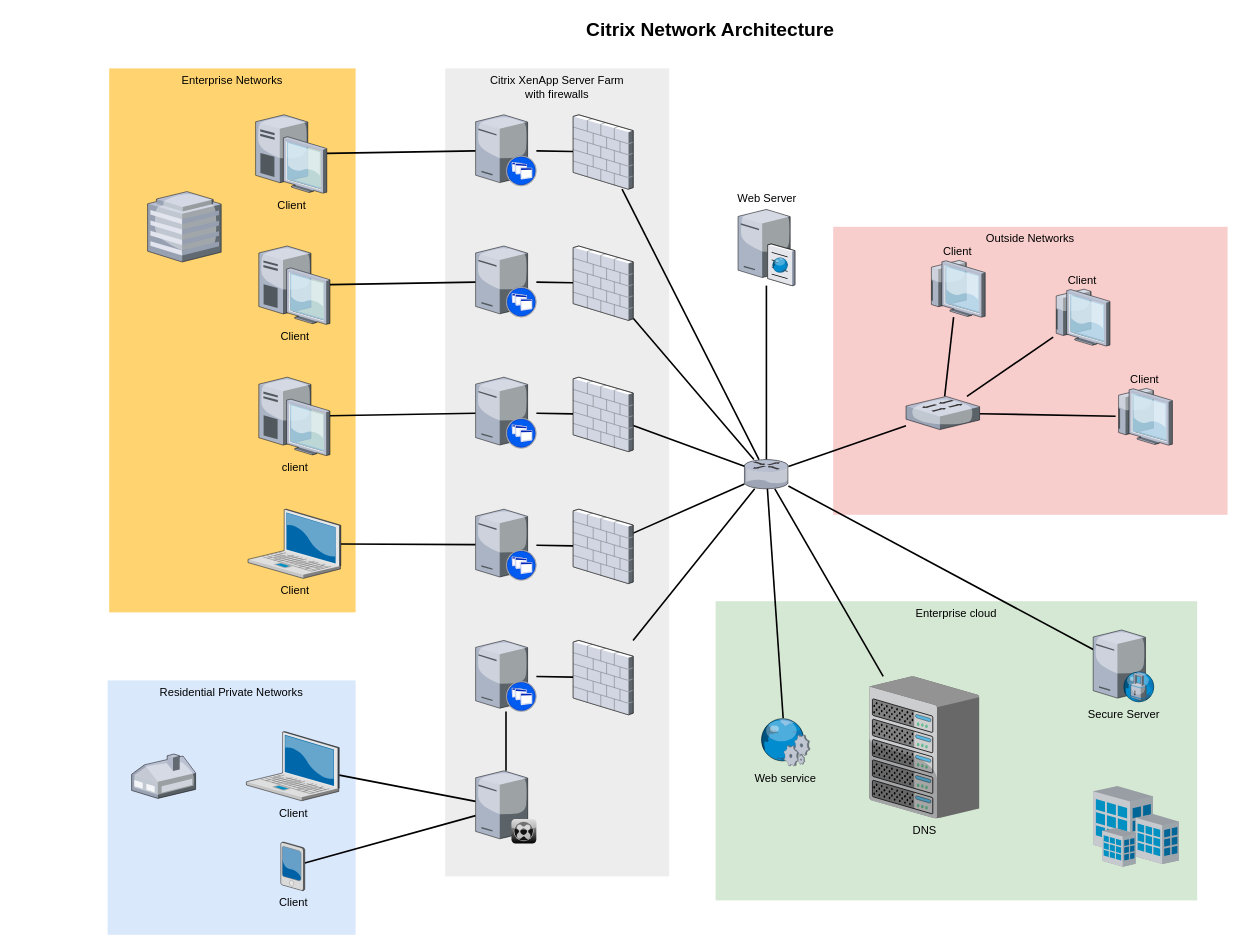
The draw.io diagram 未命名绘图.drawio in ares0516/drawio, before the edit. Source tidied: cells renumbered, new cells numbered last; positions are measured from the earlier drawing's top-left corner, leaving out a move shared by most shapes. Both pictures are drawn from the tidied source at 80%, with x=0, y=0 at pixel (107, 14).
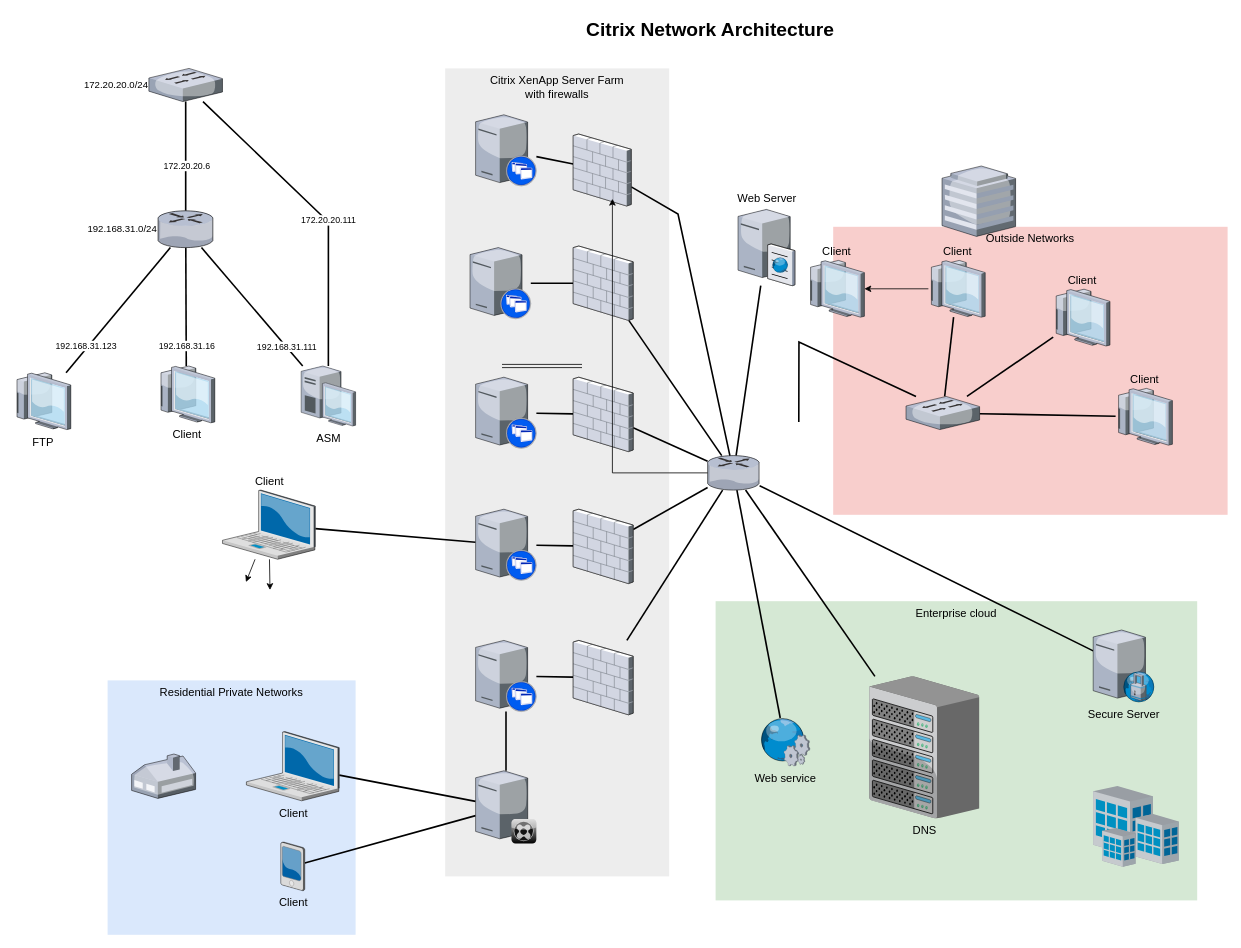
Above is the later version.

Commit message (it also covers changes not shown here):
更新未命名绘图.drawio

Unchanged cells that the change refers to:
```xml
<mxCell id="24" style="verticalLabelPosition=bottom;html=1;verticalAlign=top;strokeColor=none;shape=mxgraph.citrix.xenapp_server;fillColor=#66B2FF;gradientColor=#0066CC;fontSize=14;" parent="1" vertex="1">
  <mxGeometry x="460" y="454" width="76" height="89" as="geometry" />
</mxCell>
<mxCell id="28" style="verticalLabelPosition=bottom;html=1;verticalAlign=top;strokeColor=none;shape=mxgraph.citrix.xenapp_server;fillColor=#66B2FF;gradientColor=#0066CC;fontSize=14;" parent="1" vertex="1">
  <mxGeometry x="460" y="126" width="76" height="89" as="geometry" />
</mxCell>
<mxCell id="54" style="verticalLabelPosition=bottom;html=1;verticalAlign=top;strokeColor=none;shape=mxgraph.citrix.switch;fillColor=#66B2FF;gradientColor=#0066CC;fontSize=14;" parent="1" vertex="1">
  <mxGeometry x="998" y="478" width="92" height="41.5" as="geometry" />
</mxCell>
<mxCell id="57" value="Client" style="verticalLabelPosition=top;html=1;verticalAlign=bottom;strokeColor=none;shape=mxgraph.citrix.thin_client;fillColor=#66B2FF;gradientColor=#0066CC;fontSize=14;labelPosition=center;align=center;" parent="1" vertex="1">
  <mxGeometry x="1026" y="308" width="71" height="71" as="geometry" />
</mxCell>
```

The edit, as a diff of the source:
```diff
@@
-    <mxCell id="6" value="Enterprise Networks" style="whiteSpace=wrap;html=1;fillColor=#FFD470;gradientColor=none;fontSize=14;strokeColor=none;verticalAlign=top;" parent="1" vertex="1">
-      <mxGeometry x="2" y="68" width="308" height="680" as="geometry" />
-    </mxCell>
@@
+    <mxCell id="62" style="edgeStyle=none;rounded=0;jettySize=auto;html=1;" parent="1" edge="1" source="10">
+      <mxGeometry relative="1" as="geometry">
+        <mxPoint x="203" y="720" as="targetPoint" />
+      </mxGeometry>
+    </mxCell>
+    <mxCell id="63" style="edgeStyle=none;rounded=0;jettySize=auto;html=1;" parent="1" edge="1" source="10">
+      <mxGeometry relative="1" as="geometry">
+        <mxPoint x="173" y="710" as="targetPoint" />
+      </mxGeometry>
+    </mxCell>
-    <mxCell id="10" value="Client" style="verticalLabelPosition=bottom;html=1;verticalAlign=top;strokeColor=none;shape=mxgraph.citrix.laptop_2;fillColor=#66B2FF;gradientColor=#0066CC;fontSize=14;" parent="1" vertex="1">
-      <mxGeometry x="175.5" y="619" width="116" height="86.5" as="geometry" />
+    <mxCell id="10" value="Client" style="verticalLabelPosition=top;html=1;verticalAlign=bottom;strokeColor=none;shape=mxgraph.citrix.laptop_2;fillColor=#66B2FF;gradientColor=#0066CC;fontSize=14;horizontal=1;labelPosition=center;align=center;" parent="1" vertex="1">
+      <mxGeometry x="143.6" y="595.1" width="116" height="86.5" as="geometry" />
     </mxCell>
-    <mxCell id="11" style="edgeStyle=none;rounded=0;html=1;startSize=10;endSize=10;jettySize=auto;fontSize=14;endArrow=none;endFill=0;strokeWidth=2;" parent="1" edge="1" source="12" target="24">
-      <mxGeometry relative="1" as="geometry" />
-    </mxCell>
-    <mxCell id="12" value="client" style="verticalLabelPosition=bottom;html=1;verticalAlign=top;strokeColor=none;shape=mxgraph.citrix.desktop;fillColor=#66B2FF;gradientColor=#0066CC;fontSize=14;" parent="1" vertex="1">
-      <mxGeometry x="189" y="454" width="89" height="98" as="geometry" />
-    </mxCell>
-    <mxCell id="13" style="edgeStyle=none;rounded=0;html=1;startSize=10;endSize=10;jettySize=auto;fontSize=14;endArrow=none;endFill=0;strokeWidth=2;" parent="1" edge="1" source="14" target="26">
-      <mxGeometry relative="1" as="geometry" />
-    </mxCell>
+    <mxCell id="64" style="edgeStyle=none;rounded=0;jettySize=auto;html=1;strokeWidth=2;endSize=10;startSize=10;endArrow=none;endFill=0;" parent="1" edge="1" source="14" target="80">
+      <mxGeometry relative="1" as="geometry" />
+    </mxCell>
+    <mxCell id="65" value="192.168.31.111" style="edgeLabel;html=1;align=center;verticalAlign=middle;" parent="64" vertex="1">
+      <mxGeometry x="0.02" y="-1" relative="1" as="geometry">
+        <mxPoint x="43" y="51" as="offset" />
+      </mxGeometry>
+    </mxCell>
+    <mxCell id="66" style="edgeStyle=none;rounded=0;jettySize=auto;html=1;endArrow=none;endFill=0;strokeWidth=2;endSize=10;startSize=10;" parent="1" edge="1" source="14" target="81">
+      <mxGeometry relative="1" as="geometry">
+        <Array as="points">
+          <mxPoint x="276" y="260" />
+        </Array>
+      </mxGeometry>
+    </mxCell>
+    <mxCell id="67" value="172.20.20.111" style="edgeLabel;html=1;align=center;verticalAlign=middle;" parent="66" vertex="1">
+      <mxGeometry x="-0.09" y="-1" relative="1" as="geometry">
+        <mxPoint y="-1" as="offset" />
+      </mxGeometry>
+    </mxCell>
-    <mxCell id="14" value="Client" style="verticalLabelPosition=bottom;html=1;verticalAlign=top;strokeColor=none;shape=mxgraph.citrix.desktop;fillColor=#66B2FF;gradientColor=#0066CC;fontSize=14;" parent="1" vertex="1">
-      <mxGeometry x="189" y="290" width="89" height="98" as="geometry" />
+    <mxCell id="14" value="ASM" style="verticalLabelPosition=bottom;html=1;verticalAlign=top;strokeColor=none;shape=mxgraph.citrix.desktop;fillColor=#66B2FF;gradientColor=#0066CC;fontSize=14;" parent="1" vertex="1">
+      <mxGeometry x="241.9" y="440" width="68.1" height="75" as="geometry" />
     </mxCell>
-    <mxCell id="15" style="edgeStyle=none;rounded=0;html=1;startSize=10;endSize=10;jettySize=auto;fontSize=14;endArrow=none;endFill=0;strokeWidth=2;" parent="1" edge="1" source="16" target="28">
-      <mxGeometry relative="1" as="geometry" />
-    </mxCell>
-    <mxCell id="16" value="Client" style="verticalLabelPosition=bottom;html=1;verticalAlign=top;strokeColor=none;shape=mxgraph.citrix.desktop;fillColor=#66B2FF;gradientColor=#0066CC;fontSize=14;" parent="1" vertex="1">
-      <mxGeometry x="185" y="126" width="89" height="98" as="geometry" />
-    </mxCell>
@@
     <mxCell id="26" style="verticalLabelPosition=bottom;html=1;verticalAlign=top;strokeColor=none;shape=mxgraph.citrix.xenapp_server;fillColor=#66B2FF;gradientColor=#0066CC;fontSize=14;" parent="1" vertex="1">
-      <mxGeometry x="460" y="290" width="76" height="89" as="geometry" />
+      <mxGeometry x="453" y="292" width="76" height="89" as="geometry" />
     </mxCell>
@@
-    <mxCell id="31" style="edgeStyle=none;rounded=0;html=1;startSize=10;endSize=10;jettySize=auto;fontSize=14;endArrow=none;endFill=0;strokeWidth=2;" parent="1" edge="1" source="33" target="54">
-      <mxGeometry relative="1" as="geometry" />
+    <mxCell id="31" style="edgeStyle=none;rounded=0;html=1;jettySize=auto;orthogonalLoop=1;fontSize=14;endArrow=none;endFill=0;strokeWidth=2;" parent="1" edge="1">
+      <mxGeometry relative="1" as="geometry">
+        <mxPoint x="864" y="510" as="sourcePoint" />
+        <mxPoint x="1010.5" y="478" as="targetPoint" />
+        <Array as="points">
+          <mxPoint x="864.2" y="410" />
+        </Array>
+      </mxGeometry>
     </mxCell>
@@
     <mxCell id="33" style="verticalLabelPosition=bottom;html=1;verticalAlign=top;strokeColor=none;shape=mxgraph.citrix.router;fillColor=#66B2FF;gradientColor=#0066CC;fontSize=14;" parent="1" vertex="1">
-      <mxGeometry x="796" y="557" width="55" height="36.5" as="geometry" />
+      <mxGeometry x="750" y="552" width="65" height="43.1" as="geometry" />
     </mxCell>
@@
     <mxCell id="38" style="edgeStyle=none;rounded=0;html=1;startSize=10;endSize=10;jettySize=auto;fontSize=14;endArrow=none;endFill=0;strokeWidth=2;" parent="1" edge="1" source="39" target="33">
-      <mxGeometry relative="1" as="geometry" />
+      <mxGeometry relative="1" as="geometry">
+        <Array as="points">
+          <mxPoint x="713" y="250" />
+        </Array>
+      </mxGeometry>
     </mxCell>
     <mxCell id="39" style="verticalLabelPosition=bottom;html=1;verticalAlign=top;strokeColor=none;shape=mxgraph.citrix.firewall;fillColor=#66B2FF;gradientColor=#0066CC;fontSize=14;" parent="1" vertex="1">
-      <mxGeometry x="582" y="126" width="75" height="93" as="geometry" />
+      <mxGeometry x="582" y="150" width="72.6" height="90" as="geometry" />
     </mxCell>
@@
     <mxCell id="49" style="verticalLabelPosition=bottom;html=1;verticalAlign=top;strokeColor=none;shape=mxgraph.citrix.hq_enterprise;fillColor=#66B2FF;gradientColor=#0066CC;fontSize=14;" parent="1" vertex="1">
-      <mxGeometry x="50" y="222" width="92" height="88" as="geometry" />
+      <mxGeometry x="1043" y="190" width="92" height="88" as="geometry" />
     </mxCell>
@@
+    <mxCell id="68" style="edgeStyle=none;rounded=0;jettySize=auto;html=1;" parent="1" edge="1" source="57" target="71">
+      <mxGeometry relative="1" as="geometry" />
+    </mxCell>
@@
+    <mxCell id="69" style="edgeStyle=orthogonalEdgeStyle;rounded=0;jettySize=auto;html=1;entryX=0.675;entryY=0.9;entryDx=0;entryDy=0;entryPerimeter=0;" parent="1" edge="1" source="33" target="39">
+      <mxGeometry relative="1" as="geometry" />
+    </mxCell>
+    <mxCell id="70" style="shape=link;html=1;rounded=0;" parent="1" edge="1">
+      <mxGeometry relative="1" as="geometry">
+        <mxPoint x="493" y="440" as="sourcePoint" />
+        <mxPoint x="593" y="440" as="targetPoint" />
+      </mxGeometry>
+    </mxCell>
+    <mxCell id="71" value="Client" style="verticalLabelPosition=top;html=1;verticalAlign=bottom;strokeColor=none;shape=mxgraph.citrix.thin_client;fillColor=#66B2FF;gradientColor=#0066CC;fontSize=14;labelPosition=center;align=center;" parent="1" vertex="1">
+      <mxGeometry x="875" y="308" width="71" height="71" as="geometry" />
+    </mxCell>
+    <mxCell id="72" style="edgeStyle=none;rounded=0;jettySize=auto;html=1;endArrow=none;endFill=0;strokeWidth=2;endSize=10;startSize=10;" parent="1" edge="1" source="74" target="80">
+      <mxGeometry relative="1" as="geometry" />
+    </mxCell>
+    <mxCell id="73" value="192.168.31.16" style="edgeLabel;html=1;align=center;verticalAlign=middle;" parent="72" vertex="1">
+      <mxGeometry x="-0.23" y="-2" relative="1" as="geometry">
+        <mxPoint x="-2" y="32" as="offset" />
+      </mxGeometry>
+    </mxCell>
+    <mxCell id="74" value="Client" style="verticalLabelPosition=bottom;html=1;verticalAlign=top;strokeColor=none;shape=mxgraph.citrix.thin_client;fillColor=#66B2FF;gradientColor=#0066CC;fontSize=14;labelPosition=center;align=center;" parent="1" vertex="1">
+      <mxGeometry x="63" y="440" width="71" height="71" as="geometry" />
+    </mxCell>
+    <mxCell id="75" style="edgeStyle=none;rounded=0;jettySize=auto;html=1;endArrow=none;endFill=0;strokeWidth=2;endSize=10;startSize=10;" parent="1" edge="1" source="77" target="80">
+      <mxGeometry relative="1" as="geometry" />
+    </mxCell>
+    <mxCell id="76" value="192.168.31.123" style="edgeLabel;html=1;align=center;verticalAlign=middle;" parent="75" vertex="1">
+      <mxGeometry x="-0.46" y="-2" relative="1" as="geometry">
+        <mxPoint x="-12" y="7" as="offset" />
+      </mxGeometry>
+    </mxCell>
+    <mxCell id="77" value="FTP" style="verticalLabelPosition=bottom;html=1;verticalAlign=top;strokeColor=none;shape=mxgraph.citrix.thin_client;fillColor=#66B2FF;gradientColor=#0066CC;fontSize=14;labelPosition=center;align=center;" parent="1" vertex="1">
+      <mxGeometry x="-117" y="448.5" width="71" height="71" as="geometry" />
+    </mxCell>
+    <mxCell id="78" style="edgeStyle=none;rounded=0;jettySize=auto;html=1;endArrow=none;endFill=0;strokeWidth=2;endSize=10;startSize=10;" parent="1" edge="1" source="80" target="81">
+      <mxGeometry relative="1" as="geometry" />
+    </mxCell>
+    <mxCell id="79" value="172.20.20.6" style="edgeLabel;html=1;align=center;verticalAlign=middle;" parent="78" vertex="1">
+      <mxGeometry x="-0.18" y="-1" relative="1" as="geometry" />
+    </mxCell>
+    <mxCell id="80" value="192.168.31.0/24" style="verticalLabelPosition=middle;sketch=0;html=1;verticalAlign=middle;strokeColor=none;align=right;outlineConnect=0;shape=mxgraph.citrix.router;labelPosition=left;" parent="1" vertex="1">
+      <mxGeometry x="63" y="246" width="69.3" height="46" as="geometry" />
+    </mxCell>
+    <mxCell id="81" value="172.20.20.0/24" style="verticalLabelPosition=middle;sketch=0;html=1;verticalAlign=middle;strokeColor=none;align=right;outlineConnect=0;shape=mxgraph.citrix.switch;labelPosition=left;" parent="1" vertex="1">
+      <mxGeometry x="51.6" y="68" width="92" height="41.5" as="geometry" />
+    </mxCell>
```
